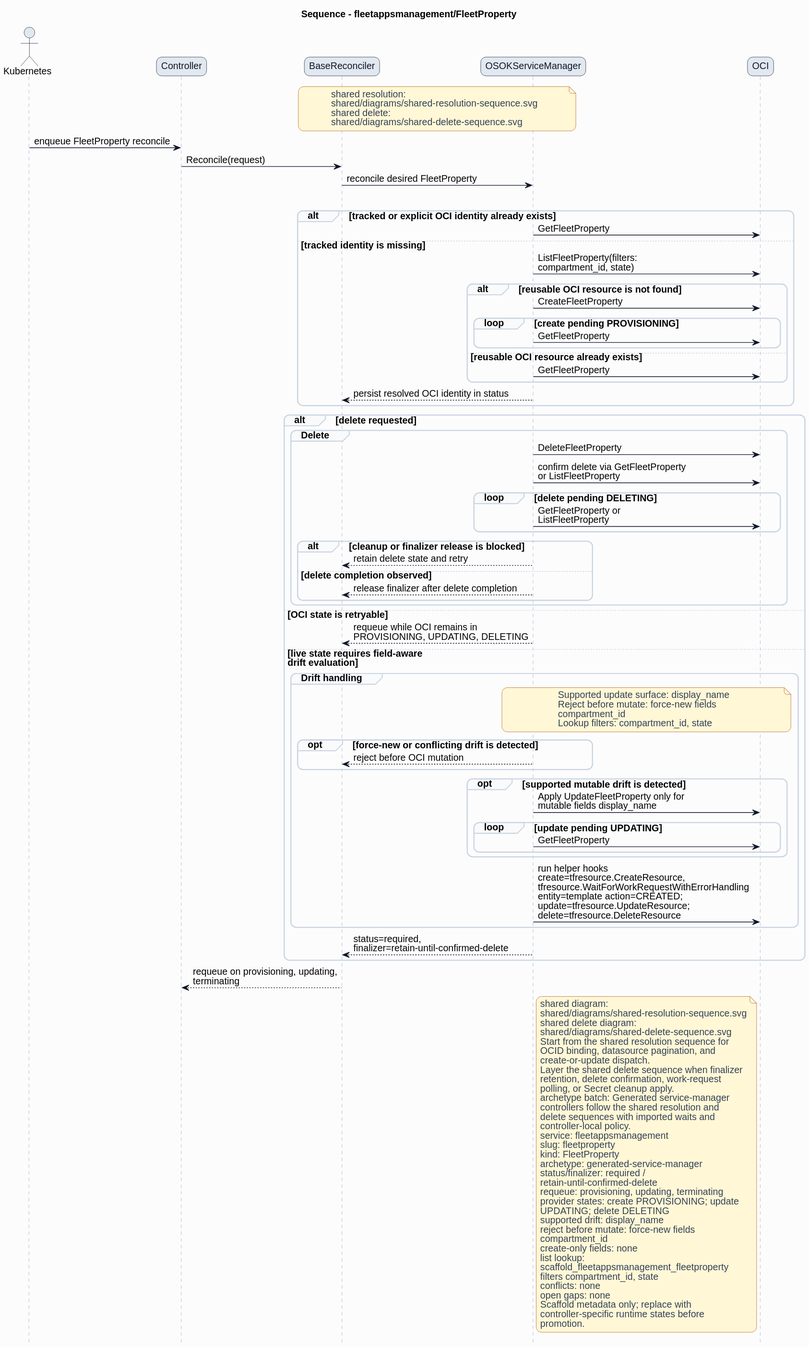
The PlantUML diagram formal/controllers/fleetappsmanagement/fleetproperty/diagrams/sequence.svg in HaoyL666/oci-service-operator, before a commit. Its diagram source:
```plantuml
@startuml
skinparam shadowing false
skinparam backgroundColor #fcfcfd
skinparam defaultFontName Helvetica
skinparam defaultFontSize 14
skinparam arrowColor #0f172a
skinparam noteBackgroundColor #fff7d6
skinparam noteBorderColor #b45309
skinparam noteFontColor #334155
skinparam roundcorner 16
title Sequence - fleetappsmanagement/FleetProperty
hide footbox
skinparam sequence {
  actorBorderColor #0f172a
  actorBackgroundColor #e2e8f0
  participantBorderColor #0f172a
  participantBackgroundColor #e2e8f0
  participantFontColor #0f172a
  lifeLineBorderColor #94a3b8
  groupBorderColor #cbd5e1
  groupBackgroundColor #f8fafc
}
actor Kubernetes
participant Controller
participant BaseReconciler
participant "OSOKServiceManager" as ServiceManager
participant OCI
note over BaseReconciler,ServiceManager
shared resolution:
shared/diagrams/shared-resolution-sequence.svg
shared delete:
shared/diagrams/shared-delete-sequence.svg
end note
Kubernetes -> Controller: enqueue FleetProperty reconcile
Controller -> BaseReconciler: Reconcile(request)
BaseReconciler -> ServiceManager: reconcile desired FleetProperty
group Lookup and bind
alt tracked or explicit OCI identity already exists
ServiceManager -> OCI: GetFleetProperty
else tracked identity is missing
ServiceManager -> OCI: ListFleetProperty(filters:\ncompartment_id, state)
alt reusable OCI resource is not found
ServiceManager -> OCI: CreateFleetProperty
loop create pending PROVISIONING
ServiceManager -> OCI: GetFleetProperty
end
else reusable OCI resource already exists
ServiceManager -> OCI: GetFleetProperty
end
ServiceManager --> BaseReconciler: persist resolved OCI identity in status
end
alt delete requested
group Delete
ServiceManager -> OCI: DeleteFleetProperty
ServiceManager -> OCI: confirm delete via GetFleetProperty\nor ListFleetProperty
loop delete pending DELETING
ServiceManager -> OCI: GetFleetProperty or\nListFleetProperty
end
alt cleanup or finalizer release is blocked
ServiceManager --> BaseReconciler: retain delete state and retry
else delete completion observed
ServiceManager --> BaseReconciler: release finalizer after delete completion
end
end
else OCI state is retryable
ServiceManager --> BaseReconciler: requeue while OCI remains in\nPROVISIONING, UPDATING, DELETING
else live state requires field-aware\ndrift evaluation
group Drift handling
note over ServiceManager,OCI
Supported update surface: display_name
Reject before mutate: force-new fields
compartment_id
Lookup filters: compartment_id, state
end note
opt force-new or conflicting drift is detected
ServiceManager --> BaseReconciler: reject before OCI mutation
end
opt supported mutable drift is detected
ServiceManager -> OCI: Apply UpdateFleetProperty only for\nmutable fields display_name
loop update pending UPDATING
ServiceManager -> OCI: GetFleetProperty
end
end
ServiceManager -> OCI: run helper hooks\ncreate=tfresource.CreateResource,\ntfresource.WaitForWorkRequestWithErrorHandling\nentity=template action=CREATED;\nupdate=tfresource.UpdateResource;\ndelete=tfresource.DeleteResource
end
ServiceManager --> BaseReconciler: status=required,\nfinalizer=retain-until-confirmed-delete
end
BaseReconciler --> Controller: requeue on provisioning, updating,\nterminating
note right of ServiceManager
shared diagram:
shared/diagrams/shared-resolution-sequence.svg
shared delete diagram:
shared/diagrams/shared-delete-sequence.svg
Start from the shared resolution sequence for
OCID binding, datasource pagination, and
create-or-update dispatch.
Layer the shared delete sequence when finalizer
retention, delete confirmation, work-request
polling, or Secret cleanup apply.
archetype batch: Generated service-manager
controllers follow the shared resolution and
delete sequences with imported waits and
controller-local policy.
service: fleetappsmanagement
slug: fleetproperty
kind: FleetProperty
archetype: generated-service-manager
status/finalizer: required /
retain-until-confirmed-delete
requeue: provisioning, updating, terminating
provider states: create PROVISIONING; update
UPDATING; delete DELETING
supported drift: display_name
reject before mutate: force-new fields
compartment_id
create-only fields: none
list lookup:
scaffold_fleetappsmanagement_fleetproperty
filters compartment_id, state
conflicts: none
open gaps: none
Scaffold metadata only; replace with
controller-specific runtime states before
promotion.
end note
@enduml
```
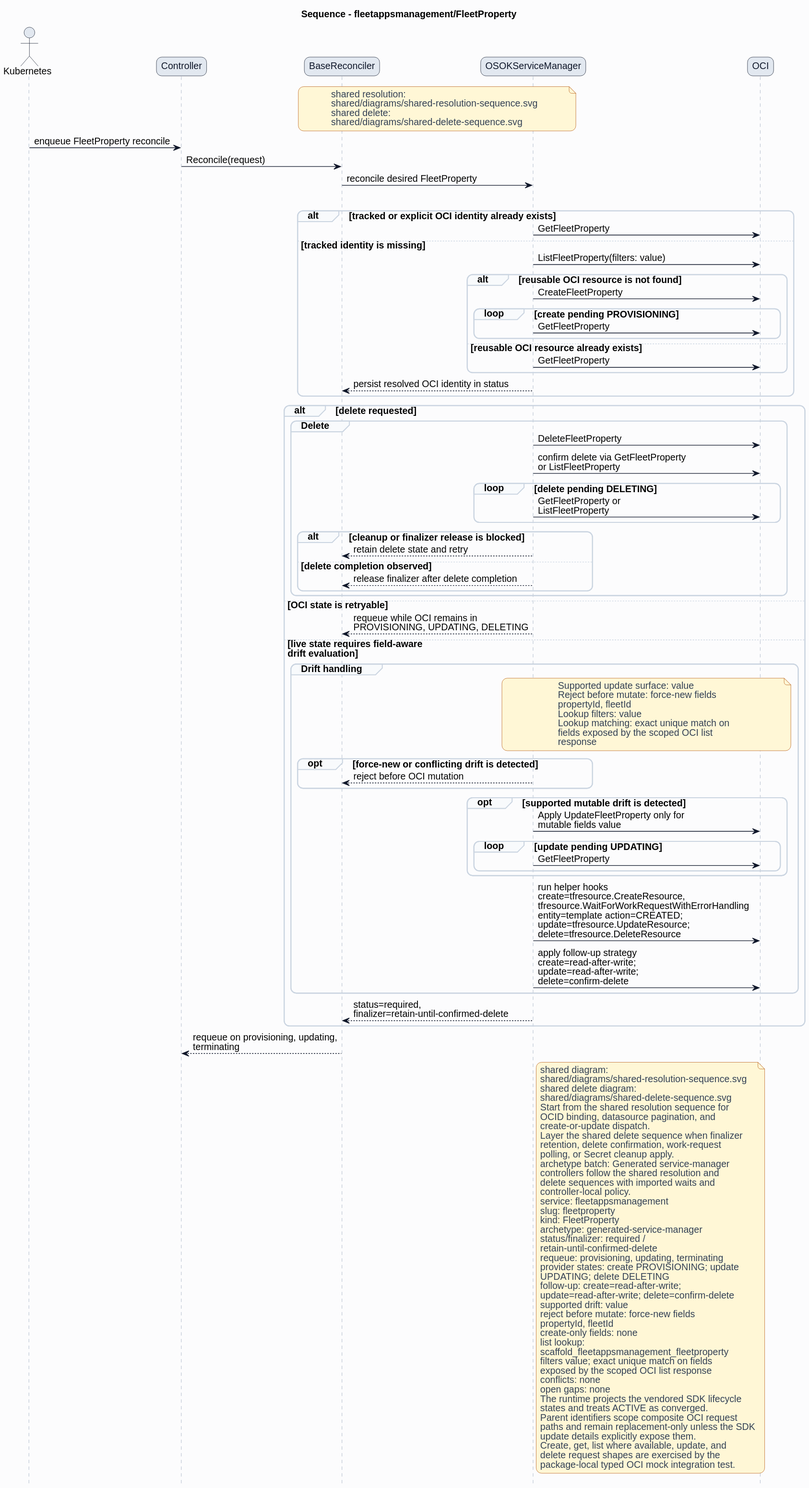
The same diagram one commit later.

Change to the diagram source:
```diff
@@ -38,7 +38,7 @@
 alt tracked or explicit OCI identity already exists
 ServiceManager -> OCI: GetFleetProperty
 else tracked identity is missing
-ServiceManager -> OCI: ListFleetProperty(filters:\ncompartment_id, state)
+ServiceManager -> OCI: ListFleetProperty(filters: value)
 alt reusable OCI resource is not found
 ServiceManager -> OCI: CreateFleetProperty
 loop create pending PROVISIONING
@@ -67,21 +67,25 @@
 else live state requires field-aware\ndrift evaluation
 group Drift handling
 note over ServiceManager,OCI
-Supported update surface: display_name
+Supported update surface: value
 Reject before mutate: force-new fields
-compartment_id
-Lookup filters: compartment_id, state
+propertyId, fleetId
+Lookup filters: value
+Lookup matching: exact unique match on
+fields exposed by the scoped OCI list
+response
 end note
 opt force-new or conflicting drift is detected
 ServiceManager --> BaseReconciler: reject before OCI mutation
 end
 opt supported mutable drift is detected
-ServiceManager -> OCI: Apply UpdateFleetProperty only for\nmutable fields display_name
+ServiceManager -> OCI: Apply UpdateFleetProperty only for\nmutable fields value
 loop update pending UPDATING
 ServiceManager -> OCI: GetFleetProperty
 end
 end
 ServiceManager -> OCI: run helper hooks\ncreate=tfresource.CreateResource,\ntfresource.WaitForWorkRequestWithErrorHandling\nentity=template action=CREATED;\nupdate=tfresource.UpdateResource;\ndelete=tfresource.DeleteResource
+ServiceManager -> OCI: apply follow-up strategy\ncreate=read-after-write;\nupdate=read-after-write;\ndelete=confirm-delete
 end
 ServiceManager --> BaseReconciler: status=required,\nfinalizer=retain-until-confirmed-delete
 end
@@ -110,17 +114,25 @@
 requeue: provisioning, updating, terminating
 provider states: create PROVISIONING; update
 UPDATING; delete DELETING
-supported drift: display_name
+follow-up: create=read-after-write;
+update=read-after-write; delete=confirm-delete
+supported drift: value
 reject before mutate: force-new fields
-compartment_id
+propertyId, fleetId
 create-only fields: none
 list lookup:
 scaffold_fleetappsmanagement_fleetproperty
-filters compartment_id, state
+filters value; exact unique match on fields
+exposed by the scoped OCI list response
 conflicts: none
 open gaps: none
-Scaffold metadata only; replace with
-controller-specific runtime states before
-promotion.
+The runtime projects the vendored SDK lifecycle
+states and treats ACTIVE as converged.
+Parent identifiers scope composite OCI request
+paths and remain replacement-only unless the SDK
+update details explicitly expose them.
+Create, get, list where available, update, and
+delete request shapes are exercised by the
+package-local typed OCI mock integration test.
 end note
 @enduml
```
